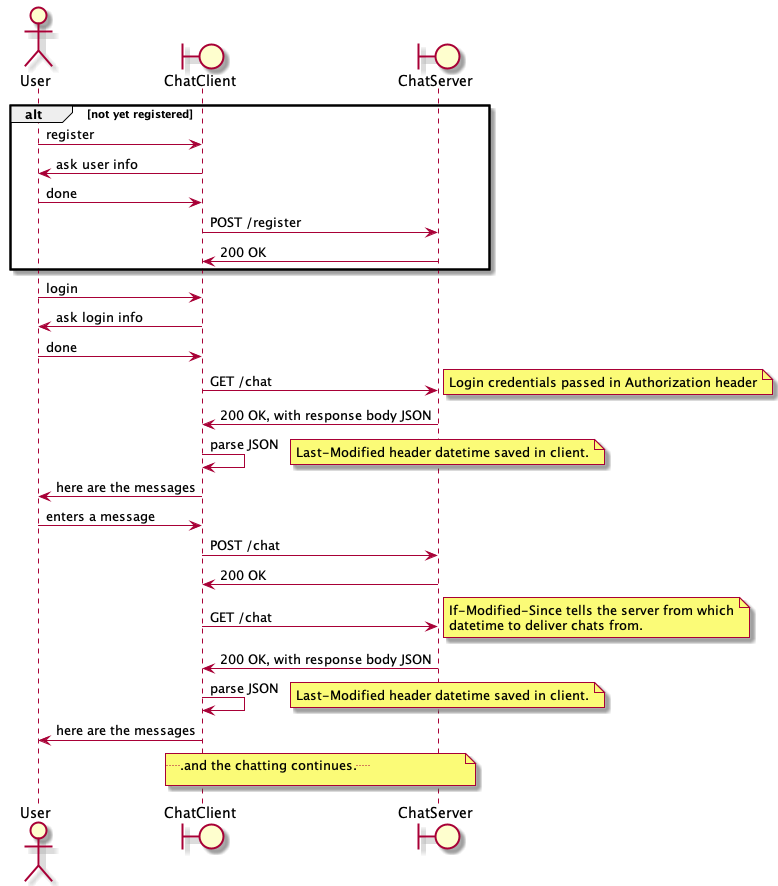
Before: O3-chat-protocol.png, a diagram exported from PlantUML (anttijuu/O3-chat-client). Source of this version:
```plantuml
@startuml
actor User
boundary ChatClient
boundary ChatServer
alt not yet registered
   User -> ChatClient : register
   ChatClient -> User : ask user info
   User -> ChatClient : done
   ChatClient -> ChatServer : POST /register
   ChatServer -> ChatClient : 200 OK
end
User -> ChatClient : login
ChatClient -> User : ask login info
User -> ChatClient : done
ChatClient -> ChatServer : GET /chat
note right: Login credentials passed in Authorization header
ChatServer -> ChatClient : 200 OK, with response body JSON
ChatClient -> ChatClient : parse JSON
note right: Last-Modified header datetime saved in client.
ChatClient -> User : here are the messages
User -> ChatClient : enters a message
ChatClient -> ChatServer : POST /chat
ChatServer -> ChatClient : 200 OK
ChatClient -> ChatServer : GET /chat
note right
  If-Modified-Since tells the server from which
  datetime to deliver chats from.
end note
ChatServer -> ChatClient : 200 OK, with response body JSON
ChatClient -> ChatClient : parse JSON
note right: Last-Modified header datetime saved in client.
ChatClient -> User : here are the messages
note over ChatClient, ChatServer
...and the chatting continues...
end note
@enduml
```
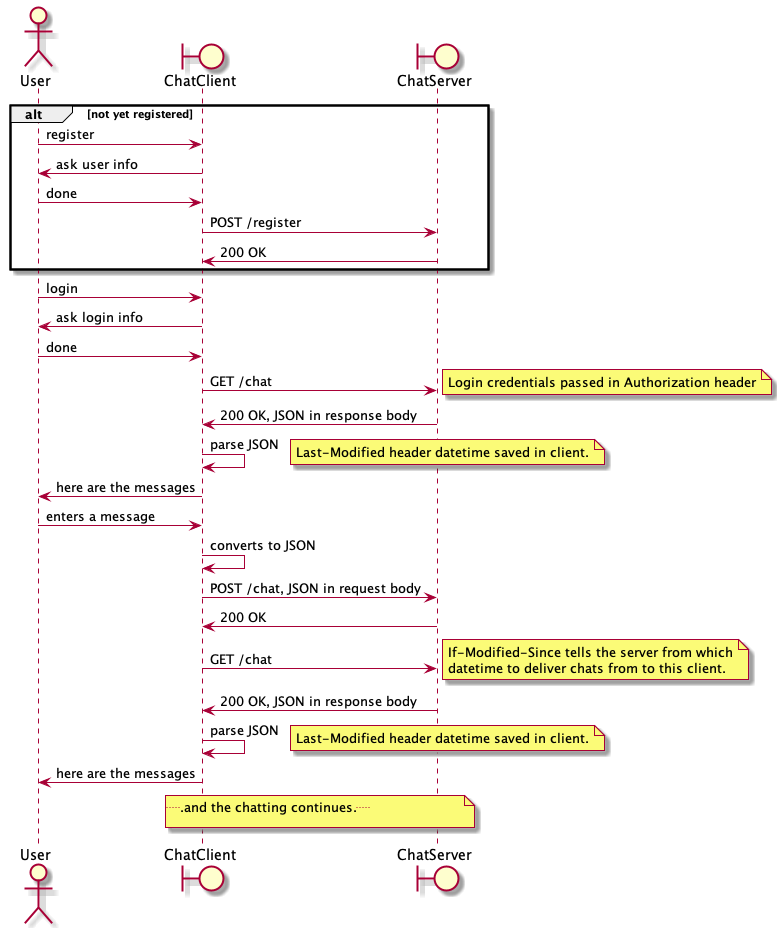
After the change.

Commit message:
Updated docs, added exception to JSON handling

Change to the diagram source:
```diff
@@ -14,19 +14,20 @@
 User -> ChatClient : done
 ChatClient -> ChatServer : GET /chat
 note right: Login credentials passed in Authorization header
-ChatServer -> ChatClient : 200 OK, with response body JSON
+ChatServer -> ChatClient : 200 OK, JSON in response body
 ChatClient -> ChatClient : parse JSON
 note right: Last-Modified header datetime saved in client.
 ChatClient -> User : here are the messages
 User -> ChatClient : enters a message
-ChatClient -> ChatServer : POST /chat
+ChatClient -> ChatClient : converts to JSON
+ChatClient -> ChatServer : POST /chat, JSON in request body
 ChatServer -> ChatClient : 200 OK
 ChatClient -> ChatServer : GET /chat
 note right
   If-Modified-Since tells the server from which
-  datetime to deliver chats from.
+  datetime to deliver chats from to this client.
 end note
-ChatServer -> ChatClient : 200 OK, with response body JSON
+ChatServer -> ChatClient : 200 OK, JSON in response body
 ChatClient -> ChatClient : parse JSON
 note right: Last-Modified header datetime saved in client.
 ChatClient -> User : here are the messages
```
